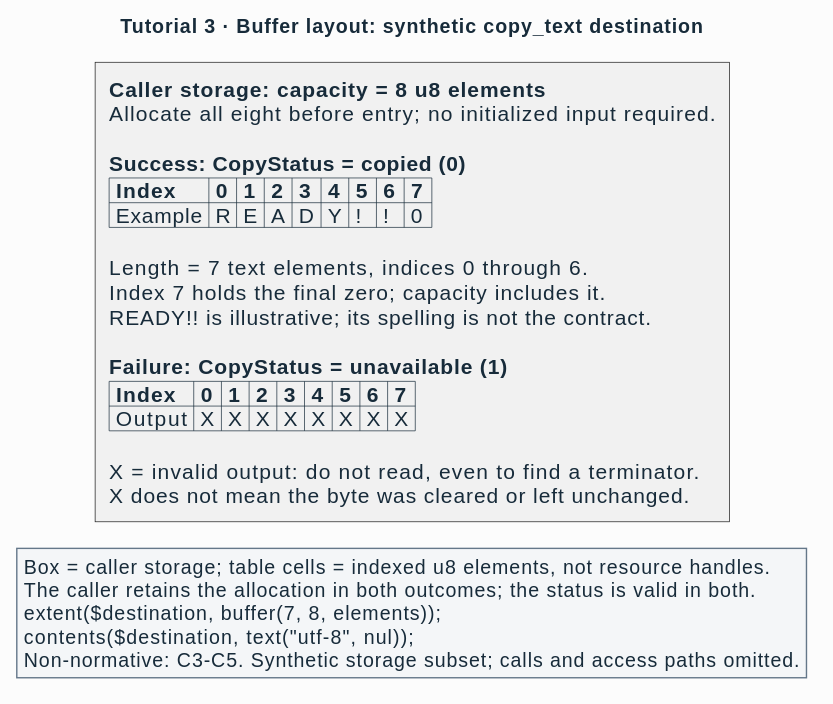
Before: semantic/specification/interface-language/figures/tutorial-storage.svg, a diagram exported from PlantUML (Linkuistics/APIAnyware). Its source is kept beside it as semantic/specification/interface-language/figures/tutorial-storage.puml. Its diagram source:
```plantuml
@startuml
!include style/ail.puml
title Tutorial 3 · Buffer layout: synthetic copy_text destination
rectangle "<b>Caller storage: capacity = 8 u8 elements</b>\nAllocate all eight before entry; no initialized input required.\n\n<b>Success: CopyStatus = copied (0)</b>\n|= Index |= 0 |= 1 |= 2 |= 3 |= 4 |= 5 |= 6 |= 7 |\n| Example | R | E | A | D | Y | ! | ! | 0 |\n\nLength = 7 text elements, indices 0 through 6.\nIndex 7 holds the final zero; capacity includes it.\nREADY!! is illustrative; its spelling is not the contract.\n\n<b>Failure: CopyStatus = unavailable (1)</b>\n|= Index |= 0 |= 1 |= 2 |= 3 |= 4 |= 5 |= 6 |= 7 |\n| Output | X | X | X | X | X | X | X | X |\n\nX = invalid output: do not read, even to find a terminator.\nX does not mean the byte was cleared or left unchanged." as storage
legend bottom
  Box = caller storage; table cells = indexed u8 elements, not resource handles.
  The caller retains the allocation in both outcomes; the status is valid in both.
  extent($destination, buffer(7, 8, elements));
  contents($destination, text("utf-8", nul));
  Non-normative: C3-C5. Synthetic storage subset; calls and access paths omitted.
endlegend
@enduml
```
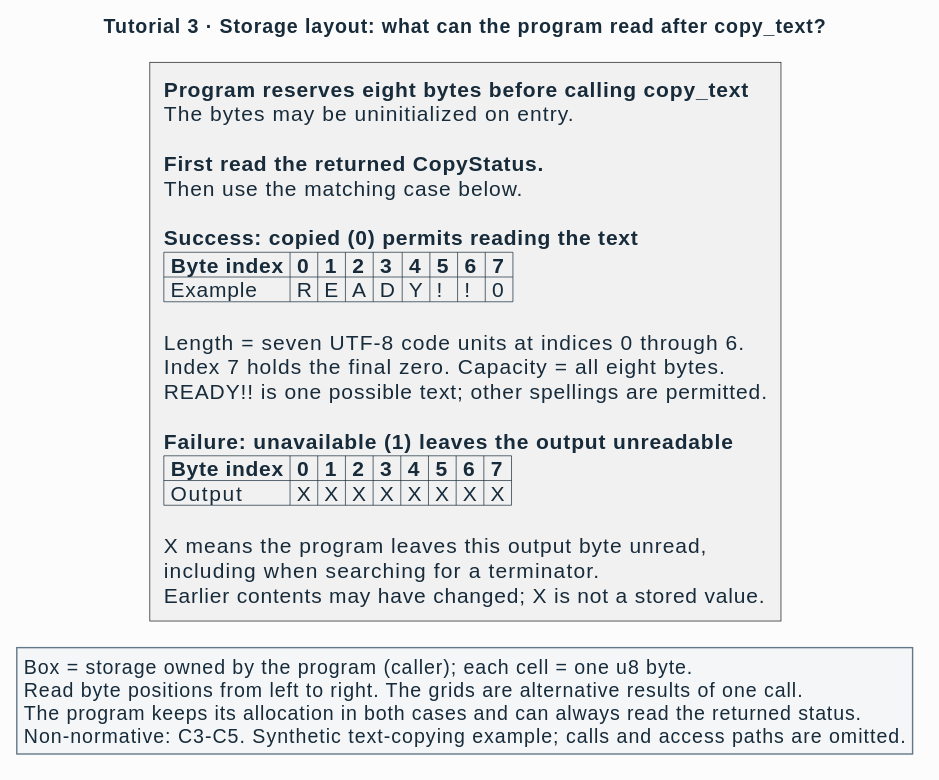
After the change.

The edit, as a diff of the source:
```diff
@@ -1,12 +1,11 @@
 @startuml
 !include style/ail.puml
-title Tutorial 3 · Buffer layout: synthetic copy_text destination
-rectangle "<b>Caller storage: capacity = 8 u8 elements</b>\nAllocate all eight before entry; no initialized input required.\n\n<b>Success: CopyStatus = copied (0)</b>\n|= Index |= 0 |= 1 |= 2 |= 3 |= 4 |= 5 |= 6 |= 7 |\n| Example | R | E | A | D | Y | ! | ! | 0 |\n\nLength = 7 text elements, indices 0 through 6.\nIndex 7 holds the final zero; capacity includes it.\nREADY!! is illustrative; its spelling is not the contract.\n\n<b>Failure: CopyStatus = unavailable (1)</b>\n|= Index |= 0 |= 1 |= 2 |= 3 |= 4 |= 5 |= 6 |= 7 |\n| Output | X | X | X | X | X | X | X | X |\n\nX = invalid output: do not read, even to find a terminator.\nX does not mean the byte was cleared or left unchanged." as storage
+title Tutorial 3 · Storage layout: what can the program read after copy_text?
+rectangle "<b>Program reserves eight bytes before calling copy_text</b>\nThe bytes may be uninitialized on entry.\n\n<b>First read the returned CopyStatus.</b>\nThen use the matching case below.\n\n<b>Success: copied (0) permits reading the text</b>\n|= Byte index |= 0 |= 1 |= 2 |= 3 |= 4 |= 5 |= 6 |= 7 |\n| Example | R | E | A | D | Y | ! | ! | 0 |\n\nLength = seven UTF-8 code units at indices 0 through 6.\nIndex 7 holds the final zero. Capacity = all eight bytes.\nREADY!! is one possible text; other spellings are permitted.\n\n<b>Failure: unavailable (1) leaves the output unreadable</b>\n|= Byte index |= 0 |= 1 |= 2 |= 3 |= 4 |= 5 |= 6 |= 7 |\n| Output | X | X | X | X | X | X | X | X |\n\nX means the program leaves this output byte unread,\nincluding when searching for a terminator.\nEarlier contents may have changed; X is not a stored value." as storage
 legend bottom
-  Box = caller storage; table cells = indexed u8 elements, not resource handles.
-  The caller retains the allocation in both outcomes; the status is valid in both.
-  extent($destination, buffer(7, 8, elements));
-  contents($destination, text("utf-8", nul));
-  Non-normative: C3-C5. Synthetic storage subset; calls and access paths omitted.
+  Box = storage owned by the program (caller); each cell = one u8 byte.
+  Read byte positions from left to right. The grids are alternative results of one call.
+  The program keeps its allocation in both cases and can always read the returned status.
+  Non-normative: C3-C5. Synthetic text-copying example; calls and access paths are omitted.
 endlegend
 @enduml
```
